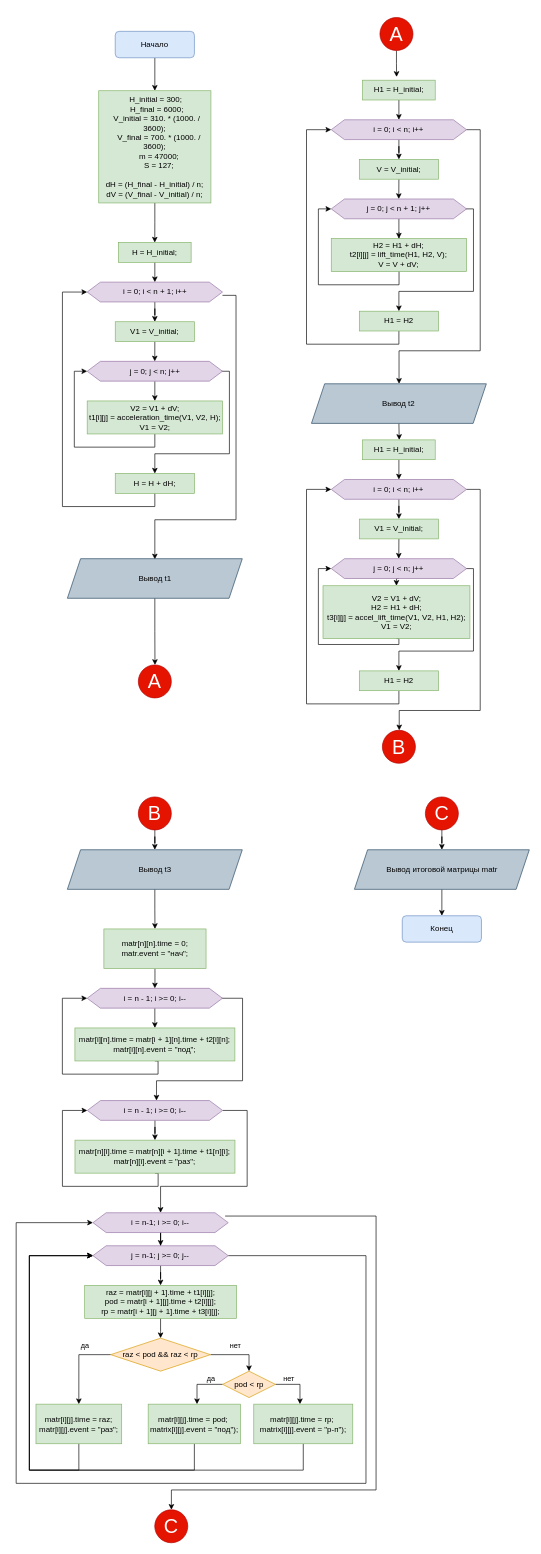
This is Диаграмма без названия.drawio from nerses-a/Least_squares, a draw.io file, before an edit. Source tidied: cells renumbered, new cells numbered last; positions are measured from the earlier drawing's top-left corner, leaving out a move shared by most shapes. Both pictures are drawn from the tidied source at 66%, with x=0, y=0 at pixel (16, 17).
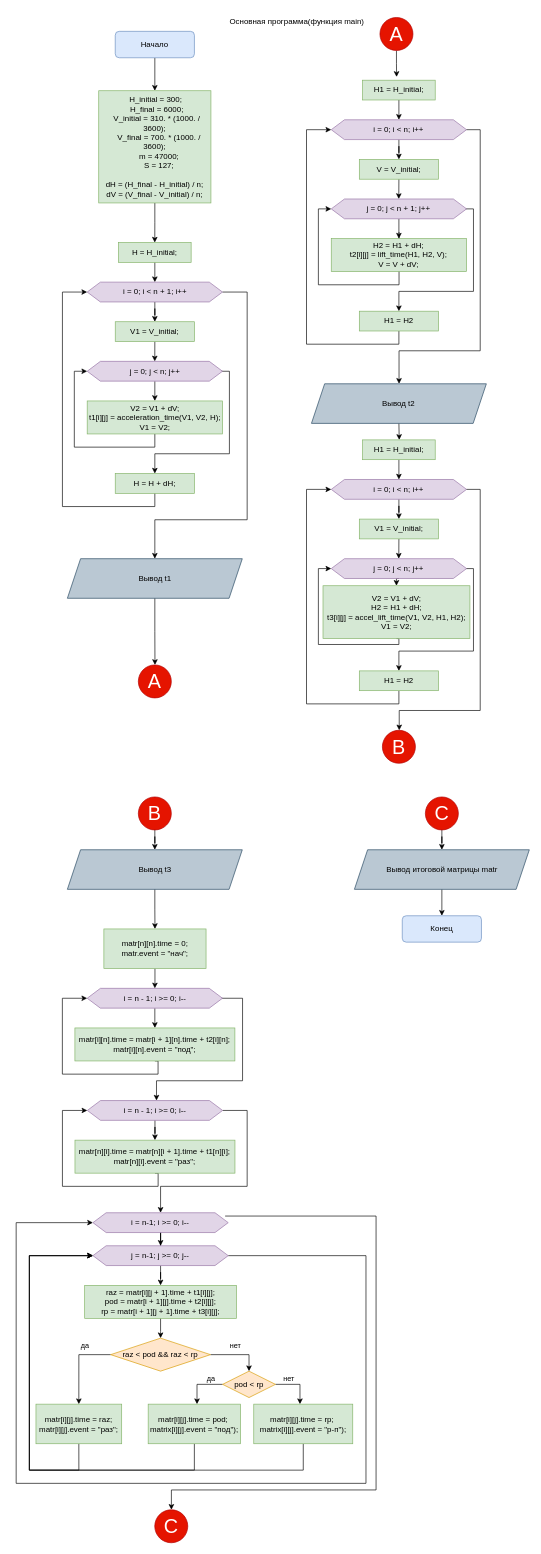
After the change.

Unchanged cells that the change refers to:
```xml
<mxCell id="10" value="i = 0; i &amp;lt; n + 1; i++" style="shape=hexagon;perimeter=hexagonPerimeter2;whiteSpace=wrap;html=1;fixedSize=1;fillColor=#e1d5e7;strokeColor=#9673a6;" parent="1" vertex="1">
  <mxGeometry x="107.6" y="401" width="205" height="30" as="geometry" />
</mxCell>
<mxCell id="21" value="Вывод t1" style="shape=parallelogram;perimeter=parallelogramPerimeter;whiteSpace=wrap;html=1;fixedSize=1;fillColor=#bac8d3;strokeColor=#23445d;" parent="1" vertex="1">
  <mxGeometry x="77.6" y="820" width="265" height="60" as="geometry" />
</mxCell>
```

What changed in the source:
```diff
@@
-    <mxCell id="9" style="edgeStyle=orthogonalEdgeStyle;rounded=0;orthogonalLoop=1;jettySize=auto;html=1;exitX=1;exitY=0.5;exitDx=0;exitDy=0;" parent="1" edge="1">
-      <mxGeometry relative="1" as="geometry">
-        <mxPoint x="312.6" y="421" as="sourcePoint" />
-        <mxPoint x="210.1" y="821" as="targetPoint" />
-        <Array as="points">
-          <mxPoint x="333.1" y="421" />
-          <mxPoint x="333.1" y="761" />
-          <mxPoint x="210.1" y="761" />
-        </Array>
-      </mxGeometry>
-    </mxCell>
+    <mxCell id="102" style="edgeStyle=orthogonalEdgeStyle;rounded=0;jettySize=auto;html=1;exitX=1;exitY=0.5;exitDx=0;exitDy=0;entryX=0.5;entryY=0;entryDx=0;entryDy=0;" parent="1" edge="1" source="10" target="21">
+      <mxGeometry relative="1" as="geometry">
+        <Array as="points">
+          <mxPoint x="350" y="416" />
+          <mxPoint x="350" y="761" />
+          <mxPoint x="210" y="761" />
+        </Array>
+      </mxGeometry>
+    </mxCell>
@@
+    <mxCell id="103" value="Основная программа(функция main)" style="text;html=1;align=center;verticalAlign=middle;strokeColor=none;fillColor=none;" parent="1" vertex="1">
+      <mxGeometry x="310" y="-9" width="230" height="30" as="geometry" />
+    </mxCell>
```
